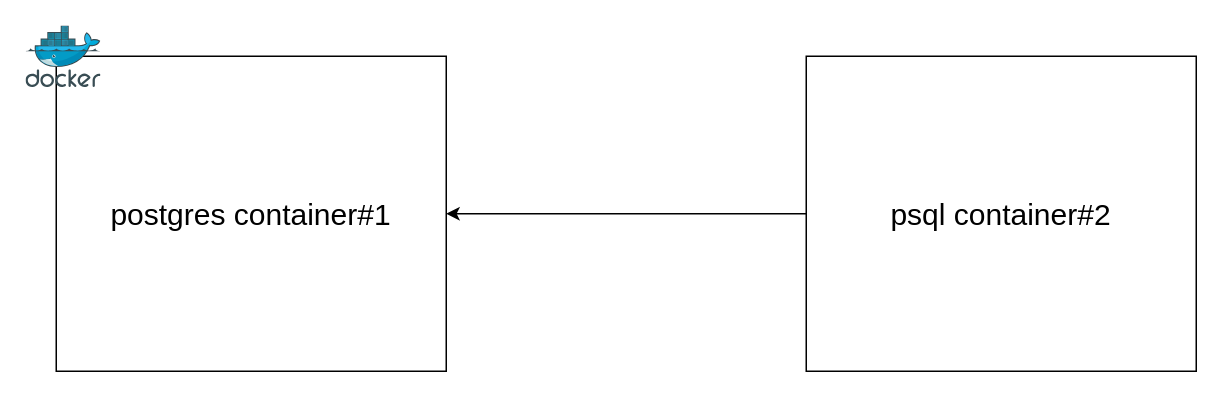
Before: page "Page-2" (2 of 2) of planning.drawio in argonaultes-education/hexagone-3b-3INSI-2026, a draw.io diagram. Source tidied: cells renumbered, new cells numbered last; positions are measured from the earlier drawing's top-left corner, leaving out a move shared by most shapes. Both pictures are drawn from the tidied source at 150%, with x=0, y=0 at pixel (26, 26).
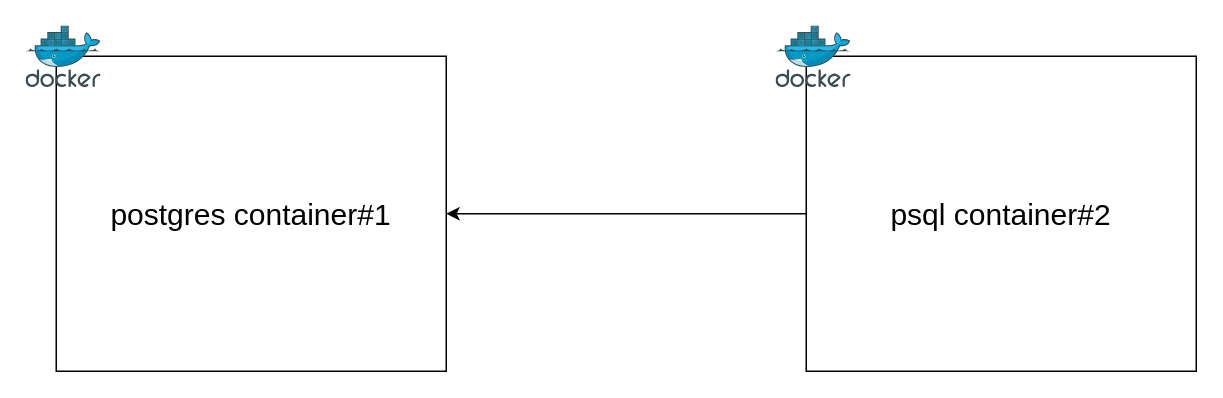
The same page after the edit.

What changed in the source:
```diff
@@
 <mxGraphModel>
   <root>
     <mxCell id="0" />
     <mxCell id="1" parent="0" />
     <mxCell id="2" value="postgres container#1" style="rounded=0;whiteSpace=wrap;html=1;fontSize=20;" parent="1" vertex="1">
       <mxGeometry x="20" y="20" width="260" height="210" as="geometry" />
     </mxCell>
     <mxCell id="3" style="image;sketch=0;html=1;align=center;fontSize=12;image=img/lib/mscae/Docker.svg;" parent="1" vertex="1">
       <mxGeometry width="50" height="41" as="geometry" />
     </mxCell>
     <mxCell id="4" style="edgeStyle=orthogonalEdgeStyle;rounded=0;jettySize=auto;html=1;" parent="1" edge="1" source="5" target="2">
       <mxGeometry relative="1" as="geometry" />
     </mxCell>
     <mxCell id="5" value="psql container#2" style="rounded=0;whiteSpace=wrap;html=1;fontSize=20;" parent="1" vertex="1">
       <mxGeometry x="520" y="20" width="260" height="210" as="geometry" />
     </mxCell>
+    <mxCell id="6" style="image;sketch=0;html=1;align=center;fontSize=12;image=img/lib/mscae/Docker.svg;" parent="1" vertex="1">
+      <mxGeometry x="500" width="50" height="41" as="geometry" />
+    </mxCell>
   </root>
 </mxGraphModel>
```
